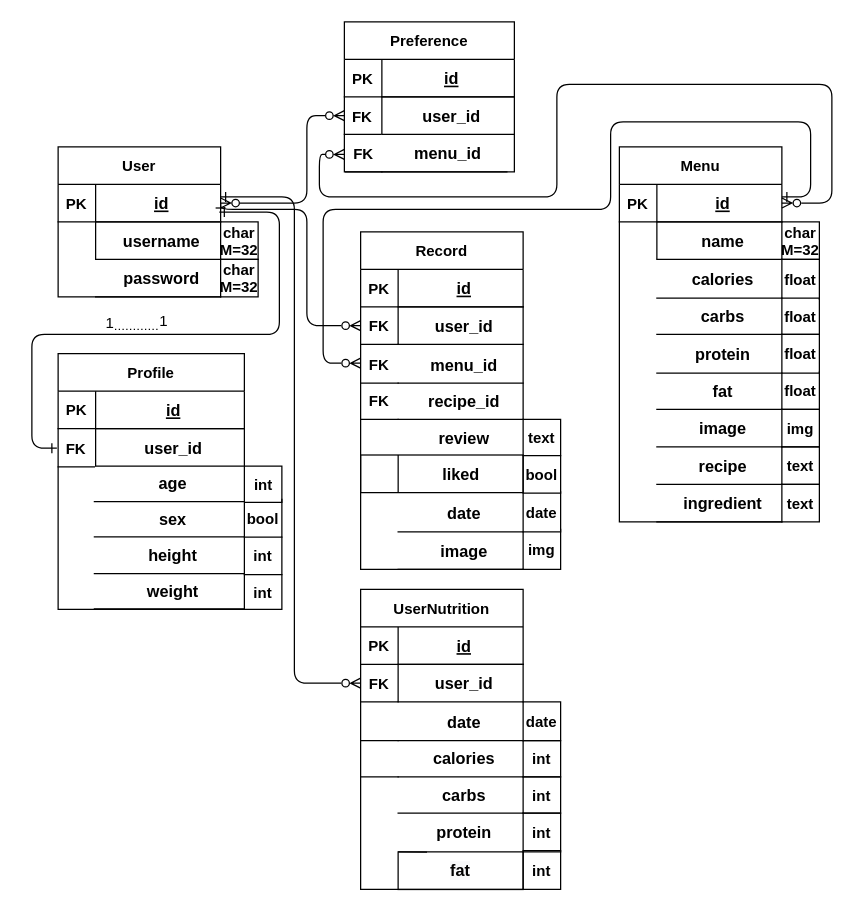
Above: diagrams/Backend ER Diagram.drawio in swsnu/swpp2021-team5 (draw.io), before the change. Source tidied: cells renumbered, new cells numbered last; positions are measured from the earlier drawing's top-left corner, leaving out a move shared by most shapes. Both pictures are drawn from the tidied source at 125%, with x=0, y=0 at pixel (31, 21).
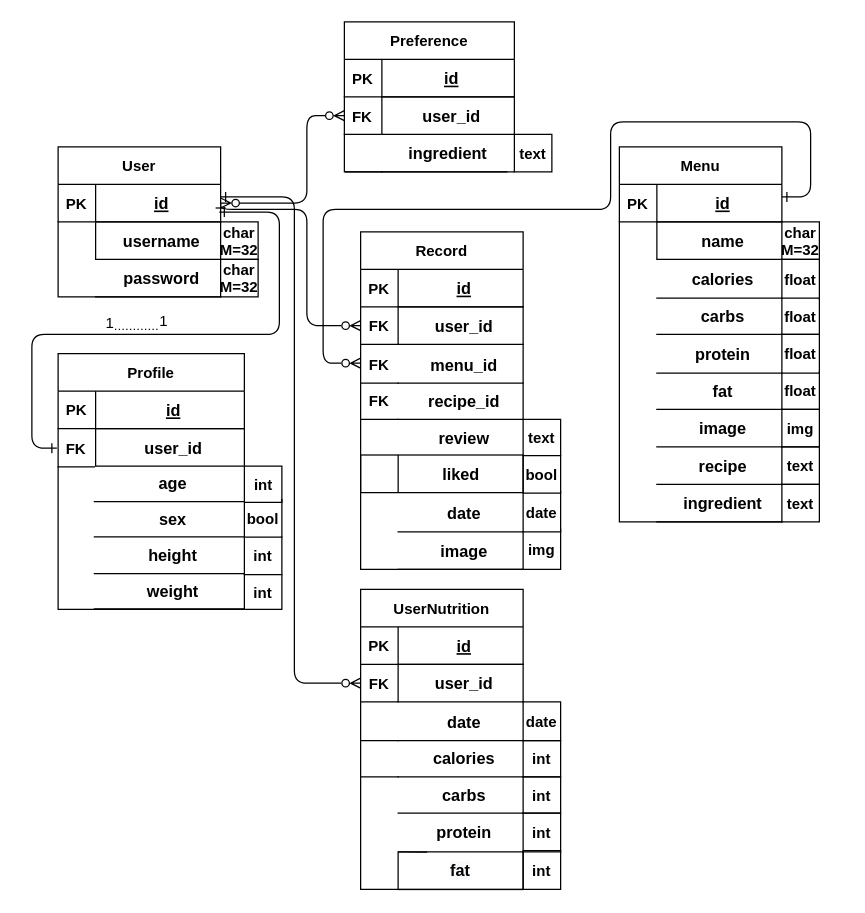
The same diagram, later.

Unchanged cells that the change refers to:
```xml
<mxCell id="85" style="group;" parent="1" vertex="1">
  <mxGeometry x="250" width="130" height="120" as="geometry" />
</mxCell>
<mxCell id="97" style="shape=partialRectangle;fillColor=none;points=[[0,0.5],[1,0.5]];portConstraint=eastwest;top=0;left=0;right=0;bottom=1;" parent="96" vertex="1">
  <mxGeometry y="30" width="130" height="30" as="geometry" />
</mxCell>
```

Change to the diagram source:
```diff
@@
-    <mxCell id="93" value="menu_id" style="shape=partialRectangle;overflow=hidden;fillColor=none;top=0;left=0;bottom=1;right=0;align=center;spacingLeft=6;fontStyle=1;fontSize=13;" parent="85" vertex="1">
+    <mxCell id="93" value="ingredient" style="shape=partialRectangle;overflow=hidden;fillColor=none;top=0;left=0;bottom=1;right=0;align=center;spacingLeft=6;fontStyle=1;fontSize=13;" parent="85" vertex="1">
       <mxGeometry x="30" y="90" width="100" height="30" as="geometry" />
     </mxCell>
@@
-    <mxCell id="95" value="FK" style="shape=partialRectangle;overflow=hidden;fillColor=none;top=0;left=0;bottom=1;right=0;fontStyle=1;strokeColor=default;fontColor=default;" parent="85" vertex="1">
+    <mxCell id="95" style="shape=partialRectangle;overflow=hidden;fillColor=none;top=0;left=0;bottom=1;right=0;fontStyle=1;strokeColor=default;fontColor=default;" parent="85" vertex="1">
       <mxGeometry x="1" y="90" width="29" height="30" as="geometry" />
     </mxCell>
@@
-    <mxCell id="116" style="edgeStyle=orthogonalEdgeStyle;endArrow=ERzeroToMany;startArrow=ERzeroToMany;endFill=0;startFill=0;strokeColor=default;labelBackgroundColor=default;fontColor=default;exitX=1;exitY=0.5;exitDx=0;exitDy=0;" parent="1" edge="1" source="97">
-      <mxGeometry relative="1" as="geometry">
-        <mxPoint x="250" y="106" as="targetPoint" />
-        <Array as="points">
-          <mxPoint x="640" y="145" />
-          <mxPoint x="640" y="50" />
-          <mxPoint x="420" y="50" />
-          <mxPoint x="420" y="140" />
-          <mxPoint x="230" y="140" />
-          <mxPoint x="230" y="106" />
-        </Array>
-      </mxGeometry>
-    </mxCell>
@@
+    <mxCell id="121" value="text" style="shape=partialRectangle;overflow=hidden;fillColor=none;top=1;left=0;bottom=1;right=1;fontStyle=1;strokeColor=default;fontColor=default;" parent="1" vertex="1">
+      <mxGeometry x="386" y="90" width="30" height="30" as="geometry" />
+    </mxCell>
```
